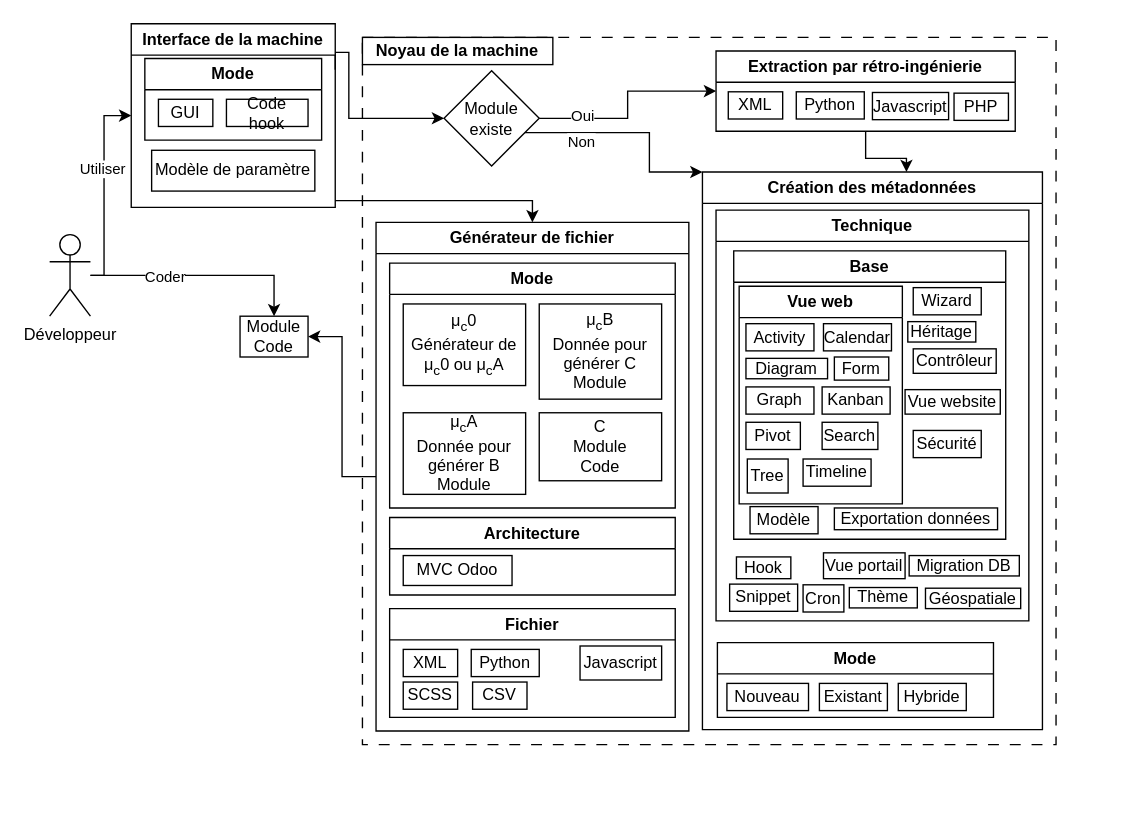
The draw.io diagram diagramme/architecture_machine.drawio in mathben/memoire_generateur_code_2023, before the edit. Source tidied: cells renumbered, new cells numbered last; positions are measured from the earlier drawing's top-left corner, leaving out a move shared by most shapes. Both pictures are drawn from the tidied source at 136%, with x=0, y=0 at pixel (49, 23).
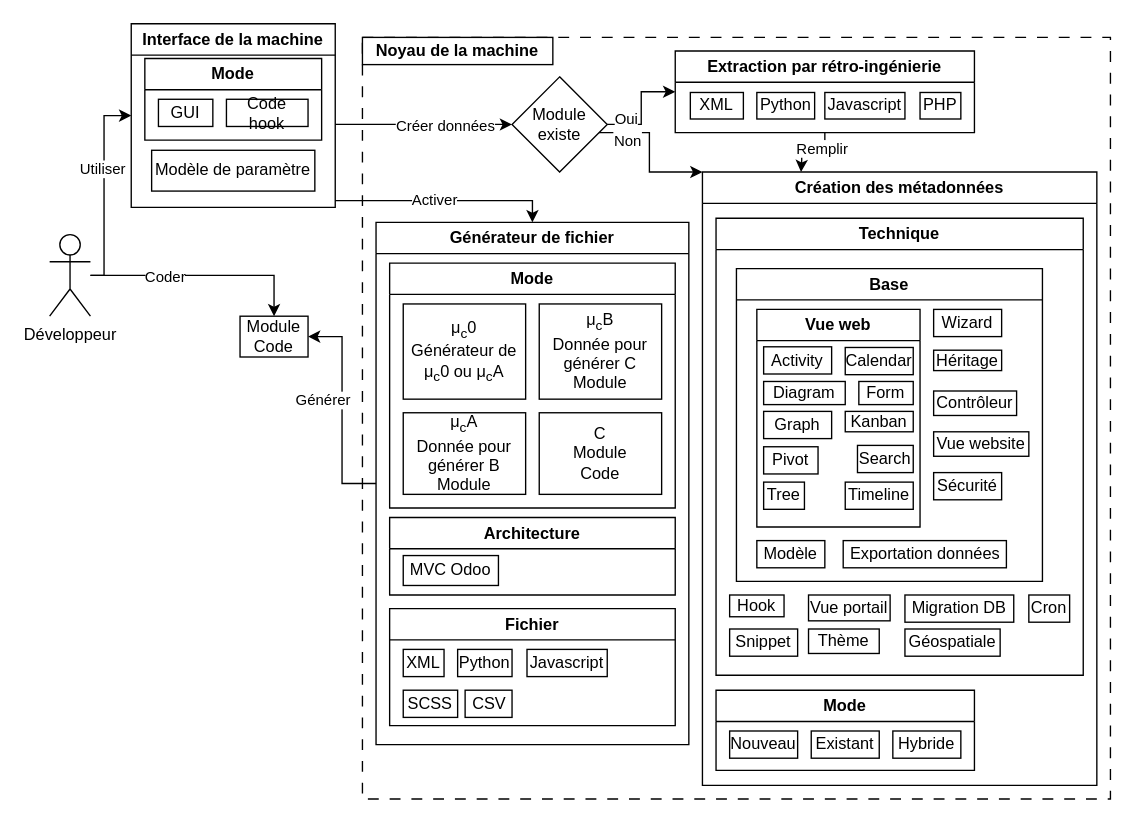
Above is the later version.

Commit message (it also covers changes not shown here):
[UPD] architecture ajout label

Unchanged cells that the change refers to:
```xml
<mxCell id="8" style="edgeStyle=orthogonalEdgeStyle;rounded=0;jettySize=auto;html=1;" parent="1" edge="1" source="66" target="26">
  <mxGeometry relative="1" as="geometry">
    <Array as="points">
      <mxPoint x="315" y="130" />
      <mxPoint x="355" y="130" />
    </Array>
  </mxGeometry>
</mxCell>
<mxCell id="9" style="edgeStyle=orthogonalEdgeStyle;rounded=0;jettySize=auto;html=1;entryX=0;entryY=0;entryDx=0;entryDy=0;exitX=0.5;exitY=1;exitDx=0;exitDy=0;" parent="1" edge="1" source="40" target="13">
  <mxGeometry relative="1" as="geometry">
    <Array as="points">
      <mxPoint x="441" y="80" />
    </Array>
  </mxGeometry>
</mxCell>
<mxCell id="25" style="edgeStyle=orthogonalEdgeStyle;rounded=0;jettySize=auto;html=1;entryX=1;entryY=0.5;entryDx=0;entryDy=0;" parent="1" edge="1" source="26" target="37">
  <mxGeometry relative="1" as="geometry" />
</mxCell>
<mxCell id="27" value="Mode" style="swimlane;whiteSpace=wrap;html=1;" parent="26" vertex="1">
  <mxGeometry x="10" y="30" width="210" height="180" as="geometry" />
</mxCell>
<mxCell id="38" style="edgeStyle=orthogonalEdgeStyle;rounded=0;jettySize=auto;html=1;entryX=0;entryY=0.5;entryDx=0;entryDy=0;" parent="1" edge="1" source="40" target="73">
  <mxGeometry relative="1" as="geometry" />
</mxCell>
<mxCell id="63" value="Architecture" style="swimlane;whiteSpace=wrap;html=1;" parent="1" vertex="1">
  <mxGeometry x="250" y="363" width="210" height="57" as="geometry" />
</mxCell>
<mxCell id="66" value="Interface de la machine" style="swimlane;whiteSpace=wrap;html=1;" parent="65" vertex="1">
  <mxGeometry width="150" height="135" as="geometry" />
</mxCell>
```

What changed in the source:
```diff
@@
     <mxCell id="2" style="rounded=0;whiteSpace=wrap;html=1;dashed=1;dashPattern=8 8;fillColor=none;" parent="1" vertex="1">
-      <mxGeometry x="230" y="10" width="510" height="520" as="geometry" />
+      <mxGeometry x="230" y="10" width="550" height="560" as="geometry" />
     </mxCell>
@@
+    <mxCell id="78" value="Activer" style="edgeLabel;html=1;align=center;verticalAlign=middle;" parent="8" vertex="1">
+      <mxGeometry x="-0.1" y="1" relative="1" as="geometry" />
+    </mxCell>
@@
     <mxCell id="10" value="Non" style="edgeLabel;html=1;align=center;verticalAlign=middle;" parent="9" vertex="1">
       <mxGeometry x="-0.47" y="1" relative="1" as="geometry">
-        <mxPoint x="35" y="7" as="offset" />
+        <mxPoint x="35" y="6" as="offset" />
       </mxGeometry>
     </mxCell>
-    <mxCell id="11" style="edgeStyle=orthogonalEdgeStyle;rounded=0;jettySize=auto;html=1;exitX=1;exitY=0.25;exitDx=0;exitDy=0;entryX=0;entryY=0.5;entryDx=0;entryDy=0;" parent="1" edge="1" source="66" target="40">
+    <mxCell id="11" style="edgeStyle=orthogonalEdgeStyle;rounded=0;jettySize=auto;html=1;entryX=0;entryY=0.5;entryDx=0;entryDy=0;" parent="1" edge="1" target="40">
       <mxGeometry relative="1" as="geometry">
+        <mxPoint x="210" y="74" as="sourcePoint" />
         <Array as="points">
-          <mxPoint x="210" y="21" />
-          <mxPoint x="220" y="21" />
-          <mxPoint x="220" y="70" />
+          <mxPoint x="210" y="74" />
         </Array>
       </mxGeometry>
     </mxCell>
+    <mxCell id="79" value="Créer données" style="edgeLabel;html=1;align=center;verticalAlign=middle;" parent="11" vertex="1">
+      <mxGeometry x="0.33" relative="1" as="geometry">
+        <mxPoint x="-6" as="offset" />
+      </mxGeometry>
+    </mxCell>
-    <mxCell id="12" style="edgeStyle=orthogonalEdgeStyle;rounded=0;jettySize=auto;html=1;entryX=0.6;entryY=0;entryDx=0;entryDy=0;exitX=0.5;exitY=1;exitDx=0;exitDy=0;entryPerimeter=0;" parent="1" edge="1" source="73" target="13">
-      <mxGeometry relative="1" as="geometry" />
+    <mxCell id="12" style="edgeStyle=orthogonalEdgeStyle;rounded=0;jettySize=auto;html=1;entryX=0.25;entryY=0;entryDx=0;entryDy=0;exitX=0.5;exitY=1;exitDx=0;exitDy=0;" parent="1" edge="1" source="73" target="13">
+      <mxGeometry relative="1" as="geometry">
+        <Array as="points">
+          <mxPoint x="570" y="90" />
+          <mxPoint x="553" y="90" />
+          <mxPoint x="553" y="100" />
+          <mxPoint x="553" y="100" />
+        </Array>
+      </mxGeometry>
     </mxCell>
+    <mxCell id="80" value="Remplir" style="edgeLabel;html=1;align=center;verticalAlign=middle;" parent="12" vertex="1">
+      <mxGeometry x="-0.42" y="1" relative="1" as="geometry" />
+    </mxCell>
     <mxCell id="13" value="Création des métadonnées" style="swimlane;whiteSpace=wrap;html=1;" parent="1" vertex="1">
-      <mxGeometry x="480" y="109" width="250" height="410" as="geometry" />
+      <mxGeometry x="480" y="109" width="290" height="451" as="geometry" />
     </mxCell>
     <mxCell id="14" value="Technique" style="swimlane;whiteSpace=wrap;html=1;" parent="13" vertex="1">
-      <mxGeometry x="10" y="28" width="230" height="302" as="geometry" />
+      <mxGeometry x="10" y="34" width="270" height="336" as="geometry" />
     </mxCell>
     <mxCell id="15" value="Vue website" style="rounded=0;whiteSpace=wrap;html=1;" parent="14" vertex="1">
-      <mxGeometry x="139" y="132" width="70" height="18" as="geometry" />
+      <mxGeometry x="160" y="157" width="70" height="18" as="geometry" />
     </mxCell>
-    <mxCell id="16" value="Migration DB" style="rounded=0;whiteSpace=wrap;html=1;" parent="14" vertex="1">
-      <mxGeometry x="142" y="254" width="81" height="15" as="geometry" />
-    </mxCell>
     <mxCell id="17" value="Vue portail" style="rounded=0;whiteSpace=wrap;html=1;" parent="14" vertex="1">
-      <mxGeometry x="79" y="252" width="60" height="19" as="geometry" />
+      <mxGeometry x="68" y="277" width="60" height="19" as="geometry" />
     </mxCell>
-    <mxCell id="18" value="Cron" style="rounded=0;whiteSpace=wrap;html=1;" parent="14" vertex="1">
-      <mxGeometry x="64" y="275.5" width="30" height="20" as="geometry" />
-    </mxCell>
     <mxCell id="19" value="Snippet" style="rounded=0;whiteSpace=wrap;html=1;" parent="14" vertex="1">
-      <mxGeometry x="10" y="275" width="50" height="20" as="geometry" />
+      <mxGeometry x="10" y="302" width="50" height="20" as="geometry" />
     </mxCell>
     <mxCell id="20" value="Thème" style="rounded=0;whiteSpace=wrap;html=1;" parent="14" vertex="1">
-      <mxGeometry x="98" y="277.5" width="50" height="15" as="geometry" />
+      <mxGeometry x="68" y="302" width="52" height="18" as="geometry" />
     </mxCell>
     <mxCell id="21" value="Mode" style="swimlane;whiteSpace=wrap;html=1;" parent="13" vertex="1">
-      <mxGeometry x="11" y="346" width="203" height="55" as="geometry" />
+      <mxGeometry x="10" y="381" width="190" height="59" as="geometry" />
     </mxCell>
     <mxCell id="22" value="Existant" style="rounded=0;whiteSpace=wrap;html=1;" parent="21" vertex="1">
-      <mxGeometry x="75" y="30" width="50" height="20" as="geometry" />
+      <mxGeometry x="70" y="30" width="50" height="20" as="geometry" />
     </mxCell>
     <mxCell id="23" value="Nouveau" style="rounded=0;whiteSpace=wrap;html=1;" parent="21" vertex="1">
-      <mxGeometry x="7" y="30" width="60" height="20" as="geometry" />
+      <mxGeometry x="10" y="30" width="50" height="20" as="geometry" />
     </mxCell>
     <mxCell id="24" value="Hybride" style="rounded=0;whiteSpace=wrap;html=1;" parent="21" vertex="1">
-      <mxGeometry x="133" y="30" width="50" height="20" as="geometry" />
+      <mxGeometry x="130" y="30" width="50" height="20" as="geometry" />
     </mxCell>
@@
+    <mxCell id="81" value="Générer" style="edgeLabel;html=1;align=center;verticalAlign=middle;" parent="25" vertex="1">
+      <mxGeometry x="0.12" relative="1" as="geometry">
+        <mxPoint x="-15" y="1" as="offset" />
+      </mxGeometry>
+    </mxCell>
     <mxCell id="26" value="Générateur de fichier" style="swimlane;whiteSpace=wrap;html=1;" parent="1" vertex="1">
-      <mxGeometry x="240" y="146" width="230" height="374" as="geometry" />
+      <mxGeometry x="240" y="146" width="230" height="384" as="geometry" />
     </mxCell>
@@
     <mxCell id="28" value="&lt;div&gt;C&lt;/div&gt;&lt;div&gt;Module&lt;/div&gt;&lt;div&gt;Code&lt;br&gt;&lt;/div&gt;" style="rounded=0;whiteSpace=wrap;html=1;" parent="27" vertex="1">
-      <mxGeometry x="110" y="110" width="90" height="50" as="geometry" />
+      <mxGeometry x="110" y="110" width="90" height="60" as="geometry" />
     </mxCell>
     <mxCell id="29" value="&lt;div&gt;μ&lt;sub&gt;c&lt;/sub&gt;0&lt;/div&gt;&lt;div&gt;Générateur de μ&lt;sub&gt;c&lt;/sub&gt;0 ou μ&lt;sub&gt;c&lt;/sub&gt;A&lt;/div&gt;" style="rounded=0;whiteSpace=wrap;html=1;" parent="27" vertex="1">
-      <mxGeometry x="10" y="30" width="90" height="60" as="geometry" />
+      <mxGeometry x="10" y="30" width="90" height="70" as="geometry" />
     </mxCell>
@@
     <mxCell id="32" value="Fichier" style="swimlane;whiteSpace=wrap;html=1;" parent="26" vertex="1">
-      <mxGeometry x="10" y="284" width="210" height="80" as="geometry" />
+      <mxGeometry x="10" y="284" width="210" height="86" as="geometry" />
     </mxCell>
     <mxCell id="33" value="CSV" style="rounded=0;whiteSpace=wrap;html=1;" parent="32" vertex="1">
-      <mxGeometry x="61" y="54" width="40" height="20" as="geometry" />
+      <mxGeometry x="55.5" y="60" width="34.5" height="20" as="geometry" />
     </mxCell>
     <mxCell id="34" value="Python" style="rounded=0;whiteSpace=wrap;html=1;" parent="32" vertex="1">
-      <mxGeometry x="60" y="30" width="50" height="20" as="geometry" />
+      <mxGeometry x="50" y="30" width="40" height="20" as="geometry" />
     </mxCell>
     <mxCell id="35" value="XML" style="rounded=0;whiteSpace=wrap;html=1;" parent="32" vertex="1">
-      <mxGeometry x="10" y="30" width="40" height="20" as="geometry" />
+      <mxGeometry x="10" y="30" width="30" height="20" as="geometry" />
     </mxCell>
     <mxCell id="36" value="Javascript" style="rounded=0;whiteSpace=wrap;html=1;" parent="32" vertex="1">
-      <mxGeometry x="140" y="27.5" width="60" height="25" as="geometry" />
+      <mxGeometry x="101" y="30" width="59" height="20" as="geometry" />
     </mxCell>
@@
     <mxCell id="39" value="Oui" style="edgeLabel;html=1;align=center;verticalAlign=middle;" parent="38" vertex="1">
       <mxGeometry x="-0.23" relative="1" as="geometry">
-        <mxPoint x="-27" y="-2" as="offset" />
+        <mxPoint x="-12" y="-2" as="offset" />
       </mxGeometry>
     </mxCell>
     <mxCell id="40" value="&lt;div&gt;Module&lt;/div&gt;&lt;div&gt;existe&lt;/div&gt;" style="rhombus;whiteSpace=wrap;html=1;" parent="1" vertex="1">
-      <mxGeometry x="290" y="34.5" width="70" height="70" as="geometry" />
+      <mxGeometry x="340" y="39" width="70" height="70" as="geometry" />
     </mxCell>
     <mxCell id="41" value="Géospatiale" style="rounded=0;whiteSpace=wrap;html=1;" parent="1" vertex="1">
-      <mxGeometry x="644" y="415" width="70" height="15" as="geometry" />
+      <mxGeometry x="628.9" y="445" width="70" height="20" as="geometry" />
     </mxCell>
-    <mxCell id="42" value="Exportation données" style="rounded=0;whiteSpace=wrap;html=1;" parent="1" vertex="1">
-      <mxGeometry x="577" y="356" width="120" height="16" as="geometry" />
-    </mxCell>
     <mxCell id="43" value="Hook" style="rounded=0;whiteSpace=wrap;html=1;" parent="1" vertex="1">
-      <mxGeometry x="505" y="392" width="40" height="16" as="geometry" />
+      <mxGeometry x="500" y="420" width="40" height="16" as="geometry" />
     </mxCell>
     <mxCell id="44" value="SCSS" style="rounded=0;whiteSpace=wrap;html=1;" parent="1" vertex="1">
-      <mxGeometry x="260" y="484" width="40" height="20" as="geometry" />
+      <mxGeometry x="260" y="490" width="40" height="20" as="geometry" />
     </mxCell>
     <mxCell id="45" value="Base" style="swimlane;whiteSpace=wrap;html=1;" parent="1" vertex="1">
-      <mxGeometry x="503" y="167" width="200" height="212" as="geometry" />
+      <mxGeometry x="505" y="180" width="225" height="230" as="geometry" />
     </mxCell>
     <mxCell id="46" value="Sécurité" style="rounded=0;whiteSpace=wrap;html=1;" parent="45" vertex="1">
-      <mxGeometry x="132" y="132" width="50" height="20" as="geometry" />
+      <mxGeometry x="145" y="150" width="50" height="20" as="geometry" />
     </mxCell>
     <mxCell id="47" value="Contrôleur" style="rounded=0;whiteSpace=wrap;html=1;" parent="45" vertex="1">
-      <mxGeometry x="132" y="72" width="61" height="18" as="geometry" />
+      <mxGeometry x="145" y="90" width="61" height="18" as="geometry" />
     </mxCell>
     <mxCell id="48" value="Wizard" style="rounded=0;whiteSpace=wrap;html=1;" parent="45" vertex="1">
-      <mxGeometry x="132" y="27" width="50" height="20" as="geometry" />
+      <mxGeometry x="145" y="30" width="50" height="20" as="geometry" />
     </mxCell>
     <mxCell id="49" value="Héritage" style="rounded=0;whiteSpace=wrap;html=1;" parent="45" vertex="1">
-      <mxGeometry x="128" y="52" width="50" height="15" as="geometry" />
+      <mxGeometry x="145" y="60" width="50" height="15" as="geometry" />
     </mxCell>
     <mxCell id="50" value="Modèle" style="rounded=0;whiteSpace=wrap;html=1;" parent="45" vertex="1">
-      <mxGeometry x="12" y="188" width="50" height="20" as="geometry" />
+      <mxGeometry x="15" y="200" width="50" height="20" as="geometry" />
     </mxCell>
-    <mxCell id="51" style="group;" parent="1" vertex="1">
-      <mxGeometry x="507" y="193" width="120" height="160" as="geometry" />
-    </mxCell>
-    <mxCell id="52" value="Vue web" style="swimlane;whiteSpace=wrap;html=1;" parent="51" vertex="1">
-      <mxGeometry width="120" height="160" as="geometry" />
-    </mxCell>
-    <mxCell id="53" value="Activity" style="rounded=0;whiteSpace=wrap;html=1;" parent="52" vertex="1">
-      <mxGeometry x="5" y="27.5" width="50" height="20" as="geometry" />
-    </mxCell>
-    <mxCell id="54" value="Calendar" style="rounded=0;whiteSpace=wrap;html=1;" parent="52" vertex="1">
-      <mxGeometry x="62" y="27.5" width="50" height="20" as="geometry" />
-    </mxCell>
-    <mxCell id="55" value="Kanban" style="rounded=0;whiteSpace=wrap;html=1;" parent="52" vertex="1">
-      <mxGeometry x="61" y="74" width="50" height="20" as="geometry" />
-    </mxCell>
-    <mxCell id="56" value="Pivot" style="rounded=0;whiteSpace=wrap;html=1;" parent="52" vertex="1">
-      <mxGeometry x="5" y="100" width="40" height="20" as="geometry" />
-    </mxCell>
-    <mxCell id="57" value="Search" style="rounded=0;whiteSpace=wrap;html=1;" parent="52" vertex="1">
-      <mxGeometry x="61" y="100" width="41" height="20" as="geometry" />
-    </mxCell>
-    <mxCell id="58" value="Timeline" style="rounded=0;whiteSpace=wrap;html=1;" parent="52" vertex="1">
-      <mxGeometry x="47" y="127" width="50" height="20" as="geometry" />
-    </mxCell>
-    <mxCell id="59" value="Diagram" style="rounded=0;whiteSpace=wrap;html=1;" parent="52" vertex="1">
-      <mxGeometry x="5" y="53" width="60" height="15" as="geometry" />
-    </mxCell>
-    <mxCell id="60" value="Graph" style="rounded=0;whiteSpace=wrap;html=1;" parent="52" vertex="1">
-      <mxGeometry x="5" y="74" width="50" height="20" as="geometry" />
-    </mxCell>
-    <mxCell id="61" value="Tree" style="rounded=0;whiteSpace=wrap;html=1;" parent="52" vertex="1">
-      <mxGeometry x="6" y="127" width="30" height="25" as="geometry" />
-    </mxCell>
-    <mxCell id="62" value="Form" style="rounded=0;whiteSpace=wrap;html=1;" parent="51" vertex="1">
-      <mxGeometry x="70" y="52" width="40" height="17" as="geometry" />
-    </mxCell>
+    <mxCell id="42" value="Exportation données" style="rounded=0;whiteSpace=wrap;html=1;" parent="45" vertex="1">
+      <mxGeometry x="78.5" y="200" width="120" height="20" as="geometry" />
+    </mxCell>
@@
     <mxCell id="64" value="MVC Odoo" style="rounded=0;whiteSpace=wrap;html=1;" parent="63" vertex="1">
-      <mxGeometry x="10" y="28" width="80" height="22" as="geometry" />
+      <mxGeometry x="10" y="28" width="70" height="22" as="geometry" />
     </mxCell>
@@
-    <mxCell id="72" style="group;" parent="1" vertex="1">
-      <mxGeometry x="490" y="20" width="220" height="59" as="geometry" />
-    </mxCell>
-    <mxCell id="73" value="Extraction par rétro-ingénierie" style="swimlane;whiteSpace=wrap;html=1;" parent="72" vertex="1">
-      <mxGeometry width="220" height="59" as="geometry" />
+    <mxCell id="73" value="Extraction par rétro-ingénierie" style="swimlane;whiteSpace=wrap;html=1;" parent="1" vertex="1">
+      <mxGeometry x="460" y="20" width="220" height="60" as="geometry" />
     </mxCell>
-    <mxCell id="74" value="XML" style="rounded=0;whiteSpace=wrap;html=1;" parent="73" vertex="1">
-      <mxGeometry x="9" y="30" width="40" height="20" as="geometry" />
+    <mxCell id="74" value="XML" style="rounded=0;whiteSpace=wrap;html=1;" parent="1" vertex="1">
+      <mxGeometry x="471.1" y="50.5" width="39" height="19.5" as="geometry" />
     </mxCell>
-    <mxCell id="75" value="Python" style="rounded=0;whiteSpace=wrap;html=1;" parent="73" vertex="1">
-      <mxGeometry x="59" y="30" width="50" height="20" as="geometry" />
+    <mxCell id="75" value="Python" style="rounded=0;whiteSpace=wrap;html=1;" parent="1" vertex="1">
+      <mxGeometry x="520" y="50.5" width="42.5" height="19.5" as="geometry" />
     </mxCell>
-    <mxCell id="76" value="PHP" style="rounded=0;whiteSpace=wrap;html=1;" parent="73" vertex="1">
-      <mxGeometry x="175" y="31" width="40" height="20" as="geometry" />
+    <mxCell id="76" value="PHP" style="rounded=0;whiteSpace=wrap;html=1;" parent="1" vertex="1">
+      <mxGeometry x="640" y="50.5" width="30" height="19.5" as="geometry" />
     </mxCell>
-    <mxCell id="77" value="Javascript" style="rounded=0;whiteSpace=wrap;html=1;" parent="72" vertex="1">
-      <mxGeometry x="115" y="30.5" width="56" height="20" as="geometry" />
+    <mxCell id="77" value="Javascript" style="rounded=0;whiteSpace=wrap;html=1;" parent="1" vertex="1">
+      <mxGeometry x="570" y="50.5" width="58.9" height="19.5" as="geometry" />
     </mxCell>
+    <mxCell id="52" value="Vue web" style="swimlane;whiteSpace=wrap;html=1;" parent="1" vertex="1">
+      <mxGeometry x="520" y="210" width="120" height="160" as="geometry" />
+    </mxCell>
+    <mxCell id="62" value="Form" style="rounded=0;whiteSpace=wrap;html=1;" parent="1" vertex="1">
+      <mxGeometry x="595" y="263" width="40" height="17" as="geometry" />
+    </mxCell>
+    <mxCell id="58" value="Timeline" style="rounded=0;whiteSpace=wrap;html=1;" parent="1" vertex="1">
+      <mxGeometry x="585" y="337" width="50" height="20" as="geometry" />
+    </mxCell>
+    <mxCell id="55" value="Kanban" style="rounded=0;whiteSpace=wrap;html=1;" parent="1" vertex="1">
+      <mxGeometry x="585" y="285" width="50" height="15" as="geometry" />
+    </mxCell>
+    <mxCell id="56" value="Pivot" style="rounded=0;whiteSpace=wrap;html=1;" parent="1" vertex="1">
+      <mxGeometry x="525" y="311" width="40" height="20" as="geometry" />
+    </mxCell>
+    <mxCell id="60" value="Graph" style="rounded=0;whiteSpace=wrap;html=1;" parent="1" vertex="1">
+      <mxGeometry x="525" y="285" width="50" height="20" as="geometry" />
+    </mxCell>
+    <mxCell id="57" value="Search" style="rounded=0;whiteSpace=wrap;html=1;" parent="1" vertex="1">
+      <mxGeometry x="594" y="310" width="41" height="20" as="geometry" />
+    </mxCell>
+    <mxCell id="53" value="Activity" style="rounded=0;whiteSpace=wrap;html=1;" parent="1" vertex="1">
+      <mxGeometry x="525" y="237.5" width="50" height="20" as="geometry" />
+    </mxCell>
+    <mxCell id="54" value="Calendar" style="rounded=0;whiteSpace=wrap;html=1;" parent="1" vertex="1">
+      <mxGeometry x="585" y="238" width="50" height="20" as="geometry" />
+    </mxCell>
+    <mxCell id="59" value="Diagram" style="rounded=0;whiteSpace=wrap;html=1;" parent="1" vertex="1">
+      <mxGeometry x="525" y="263" width="60" height="17" as="geometry" />
+    </mxCell>
+    <mxCell id="61" value="Tree" style="rounded=0;whiteSpace=wrap;html=1;" parent="1" vertex="1">
+      <mxGeometry x="525" y="337" width="30" height="20" as="geometry" />
+    </mxCell>
+    <mxCell id="16" value="Migration DB" style="rounded=0;whiteSpace=wrap;html=1;" parent="1" vertex="1">
+      <mxGeometry x="628.9" y="420" width="80" height="20" as="geometry" />
+    </mxCell>
+    <mxCell id="18" value="Cron" style="rounded=0;whiteSpace=wrap;html=1;" parent="1" vertex="1">
+      <mxGeometry x="720" y="420" width="30" height="20" as="geometry" />
+    </mxCell>
```
